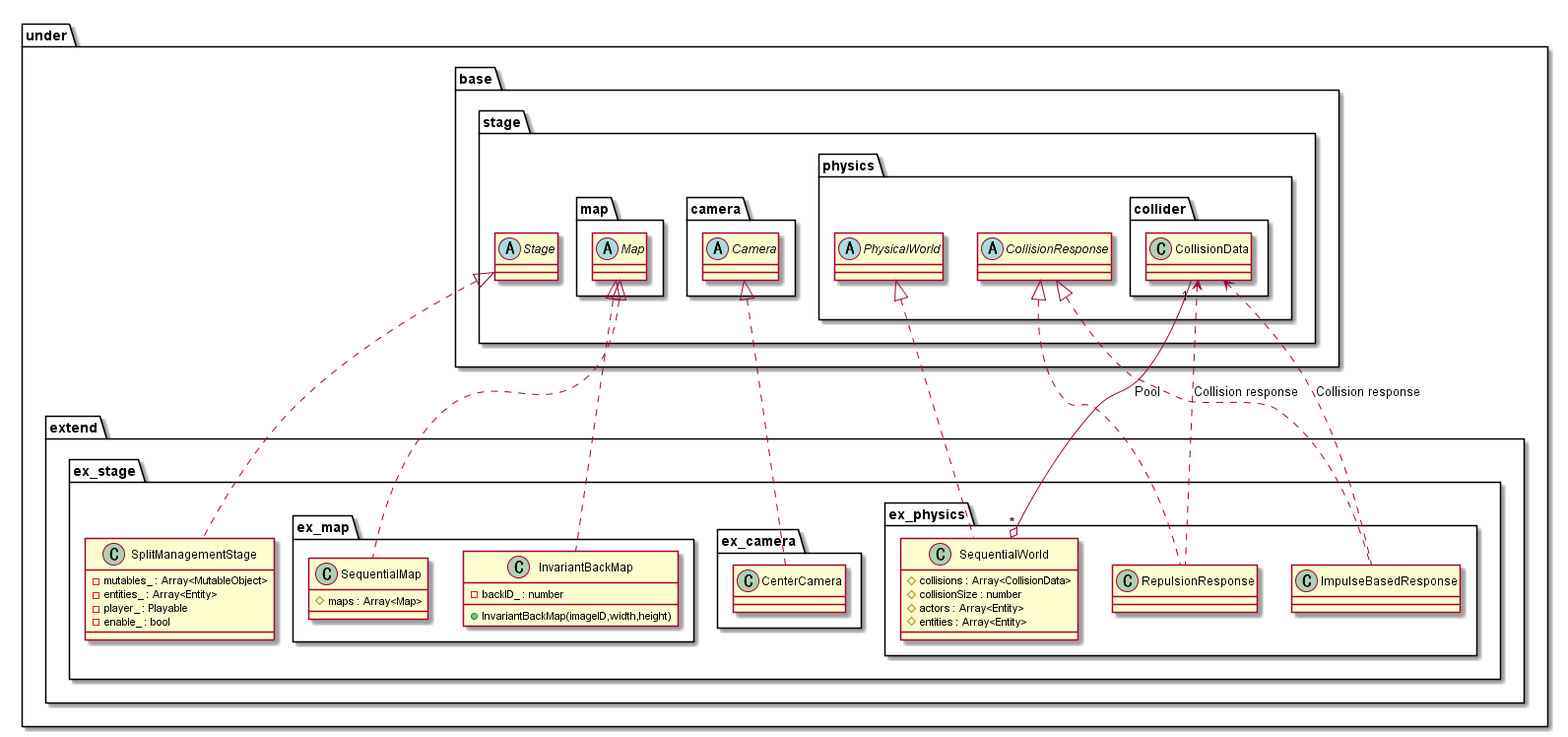
Before: out/uml/stage/Extend/StageExtend.png, a diagram exported from PlantUML (Expine/Under). The source it was exported from:
```plantuml
@startuml StageExtend
package under {
    package extend {
        package ex_stage {
            class SplitManagementStage {
                -mutables_ : Array<MutableObject>
                -entities_ : Array<Entity>
                -player_ : Playable
                -enable_ : bool
            }
            package ex_map {
                class SequentialMap {
                    #maps : Array<Map>
                }
                class InvariantBackMap {
                    +InvariantBackMap(imageID,width,height)
                    -backID_ : number
                }
            }
            package ex_camera {
                class CenterCamera
            }

            package ex_physics {
                class SequentialWorld {
                    #collisions : Array<CollisionData>
                    #collisionSize : number
                    #actors : Array<Entity>
                    #entities : Array<Entity>
                }
                class ImpulseBasedResponse
                class RepulsionResponse
            }
        }
    }
}

package under {
    package base {
        package stage {
            abstract Stage
            package map {
                abstract Map
            }
            package camera {
                abstract Camera
            }
            package physics {
                abstract PhysicalWorld
                abstract CollisionResponse
                package collider {
                    class CollisionData
                }
            }
        }
    }
}

CollisionData <.. ImpulseBasedResponse : Collision response
CollisionData <.. RepulsionResponse : Collision response
CollisionData "1"--o "*"SequentialWorld : Pool

Stage <|.. SplitManagementStage
Camera <|.. CenterCamera
Map <|.. SequentialMap
Map <|.. InvariantBackMap
PhysicalWorld <|.. SequentialWorld
CollisionResponse <|.. ImpulseBasedResponse
CollisionResponse <|.. RepulsionResponse

@enduml
```
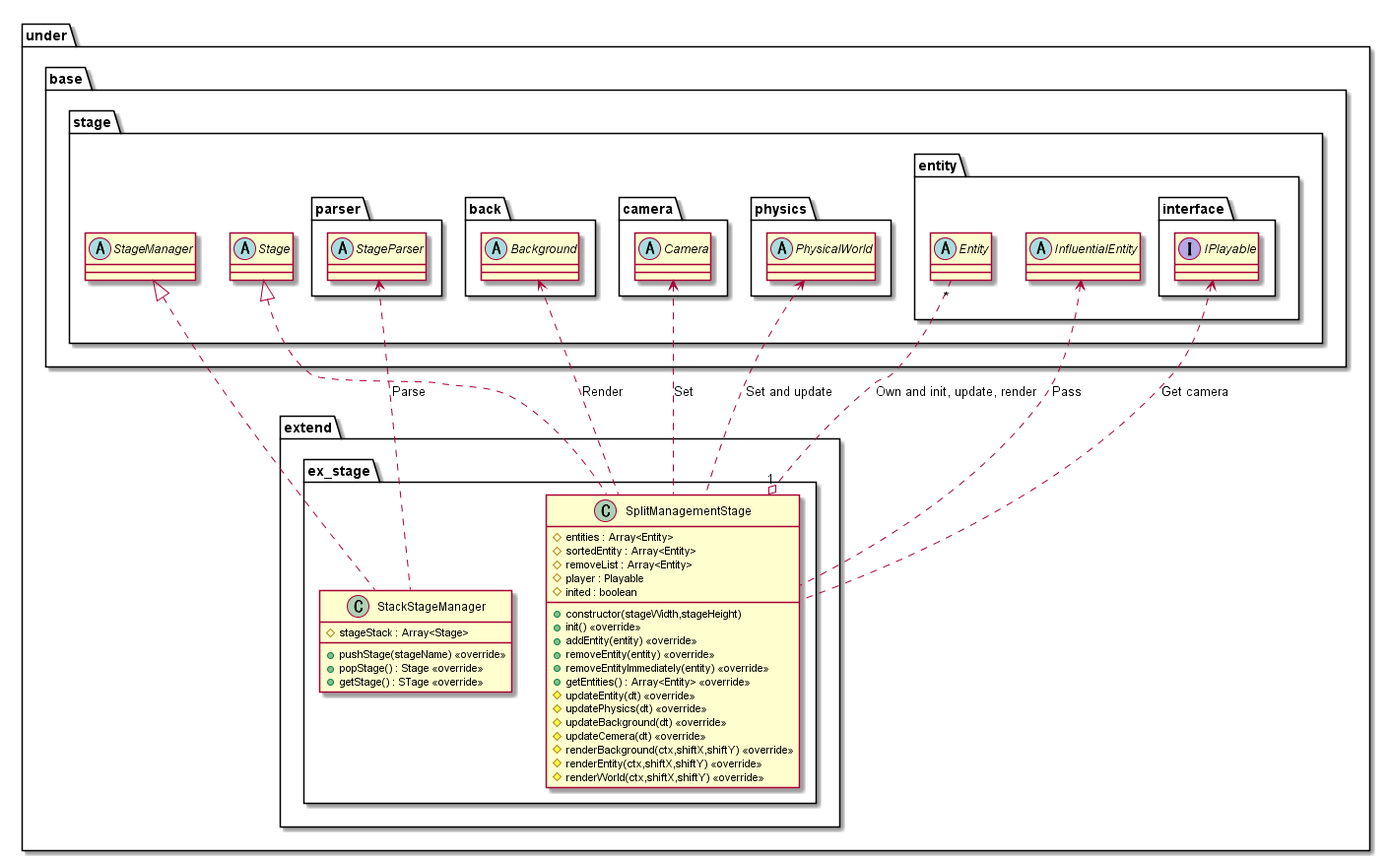
Above is the later version.

Diff of the diagram source:
```diff
@@ -2,34 +2,31 @@
 package under {
     package extend {
         package ex_stage {
+            class StackStageManager {
+                #stageStack : Array<Stage>
+                +pushStage(stageName) <<override>>
+                +popStage() : Stage <<override>>
+                +getStage() : STage <<override>>
+            }
             class SplitManagementStage {
-                -mutables_ : Array<MutableObject>
-                -entities_ : Array<Entity>
-                -player_ : Playable
-                -enable_ : bool
-            }
-            package ex_map {
-                class SequentialMap {
-                    #maps : Array<Map>
-                }
-                class InvariantBackMap {
-                    +InvariantBackMap(imageID,width,height)
-                    -backID_ : number
-                }
-            }
-            package ex_camera {
-                class CenterCamera
-            }
-
-            package ex_physics {
-                class SequentialWorld {
-                    #collisions : Array<CollisionData>
-                    #collisionSize : number
-                    #actors : Array<Entity>
-                    #entities : Array<Entity>
-                }
-                class ImpulseBasedResponse
-                class RepulsionResponse
+                +constructor(stageWidth,stageHeight)
+                #entities : Array<Entity>
+                #sortedEntity : Array<Entity>
+                #removeList : Array<Entity>
+                #player : Playable
+                #inited : boolean
+                +init() <<override>>
+                +addEntity(entity) <<override>>
+                +removeEntity(entity) <<override>>
+                +removeEntityImmediately(entity) <<override>>
+                +getEntities() : Array<Entity> <<override>>
+                #updateEntity(dt) <<override>>
+                #updatePhysics(dt) <<override>>
+                #updateBackground(dt) <<override>>
+                #updateCemera(dt) <<override>>
+                #renderBackground(ctx,shiftX,shiftY) <<override>>
+                #renderEntity(ctx,shiftX,shiftY) <<override>>
+                #renderWorld(ctx,shiftX,shiftY) <<override>>
             }
         }
     }
@@ -39,33 +36,39 @@
     package base {
         package stage {
             abstract Stage
-            package map {
-                abstract Map
+            abstract StageManager
+            package parser {
+                abstract StageParser
+            }
+            package back {
+                abstract Background
             }
             package camera {
                 abstract Camera
             }
             package physics {
                 abstract PhysicalWorld
-                abstract CollisionResponse
-                package collider {
-                    class CollisionData
+            }
+            package entity {
+                package interface {
+                    interface IPlayable
                 }
+                abstract Entity
+                abstract InfluentialEntity
             }
         }
     }
 }
 
-CollisionData <.. ImpulseBasedResponse : Collision response
-CollisionData <.. RepulsionResponse : Collision response
-CollisionData "1"--o "*"SequentialWorld : Pool
+StageParser <.. StackStageManager : Parse
+Entity "*" ..o "1" SplitManagementStage : Own and init, update, render
+IPlayable <.. SplitManagementStage : Get camera
+InfluentialEntity <.. SplitManagementStage : Pass
+Camera <.. SplitManagementStage : Set
+Background <.. SplitManagementStage : Render
+PhysicalWorld <.. SplitManagementStage : Set and update
 
+StageManager <|.. StackStageManager
 Stage <|.. SplitManagementStage
-Camera <|.. CenterCamera
-Map <|.. SequentialMap
-Map <|.. InvariantBackMap
-PhysicalWorld <|.. SequentialWorld
-CollisionResponse <|.. ImpulseBasedResponse
-CollisionResponse <|.. RepulsionResponse
 
 @enduml
```
